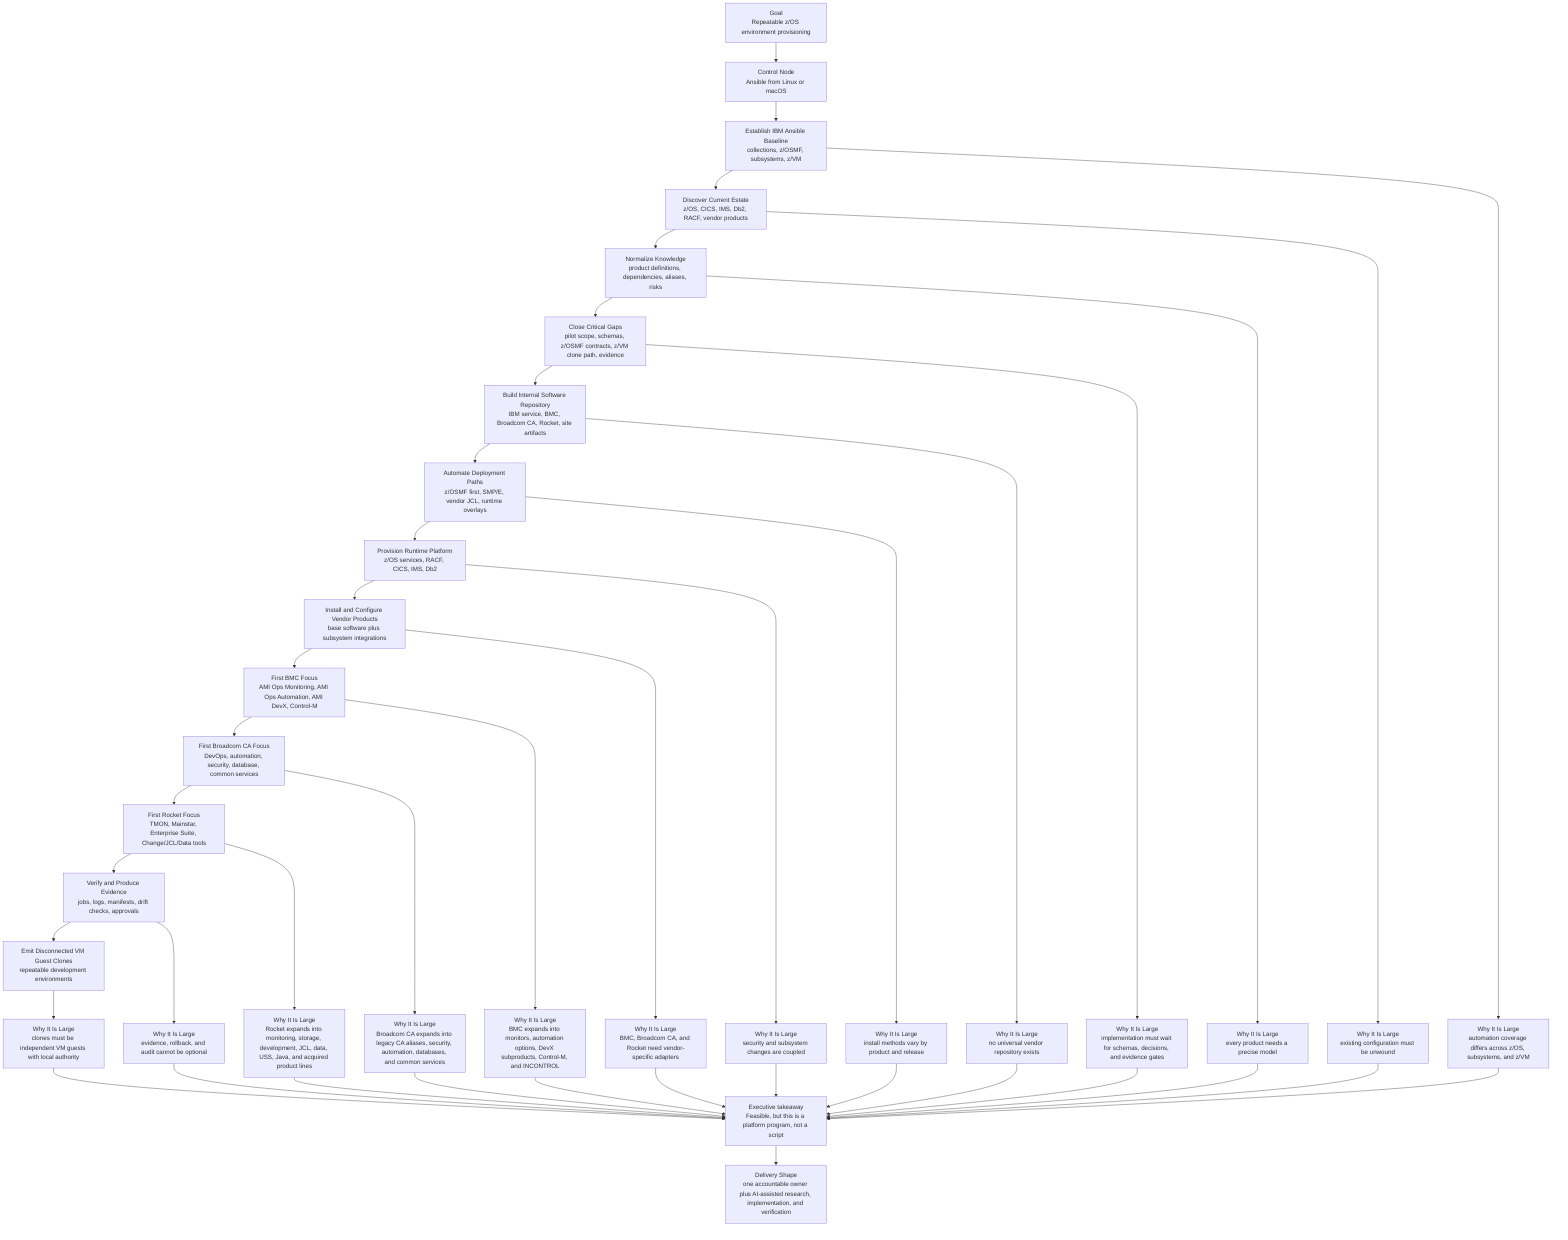
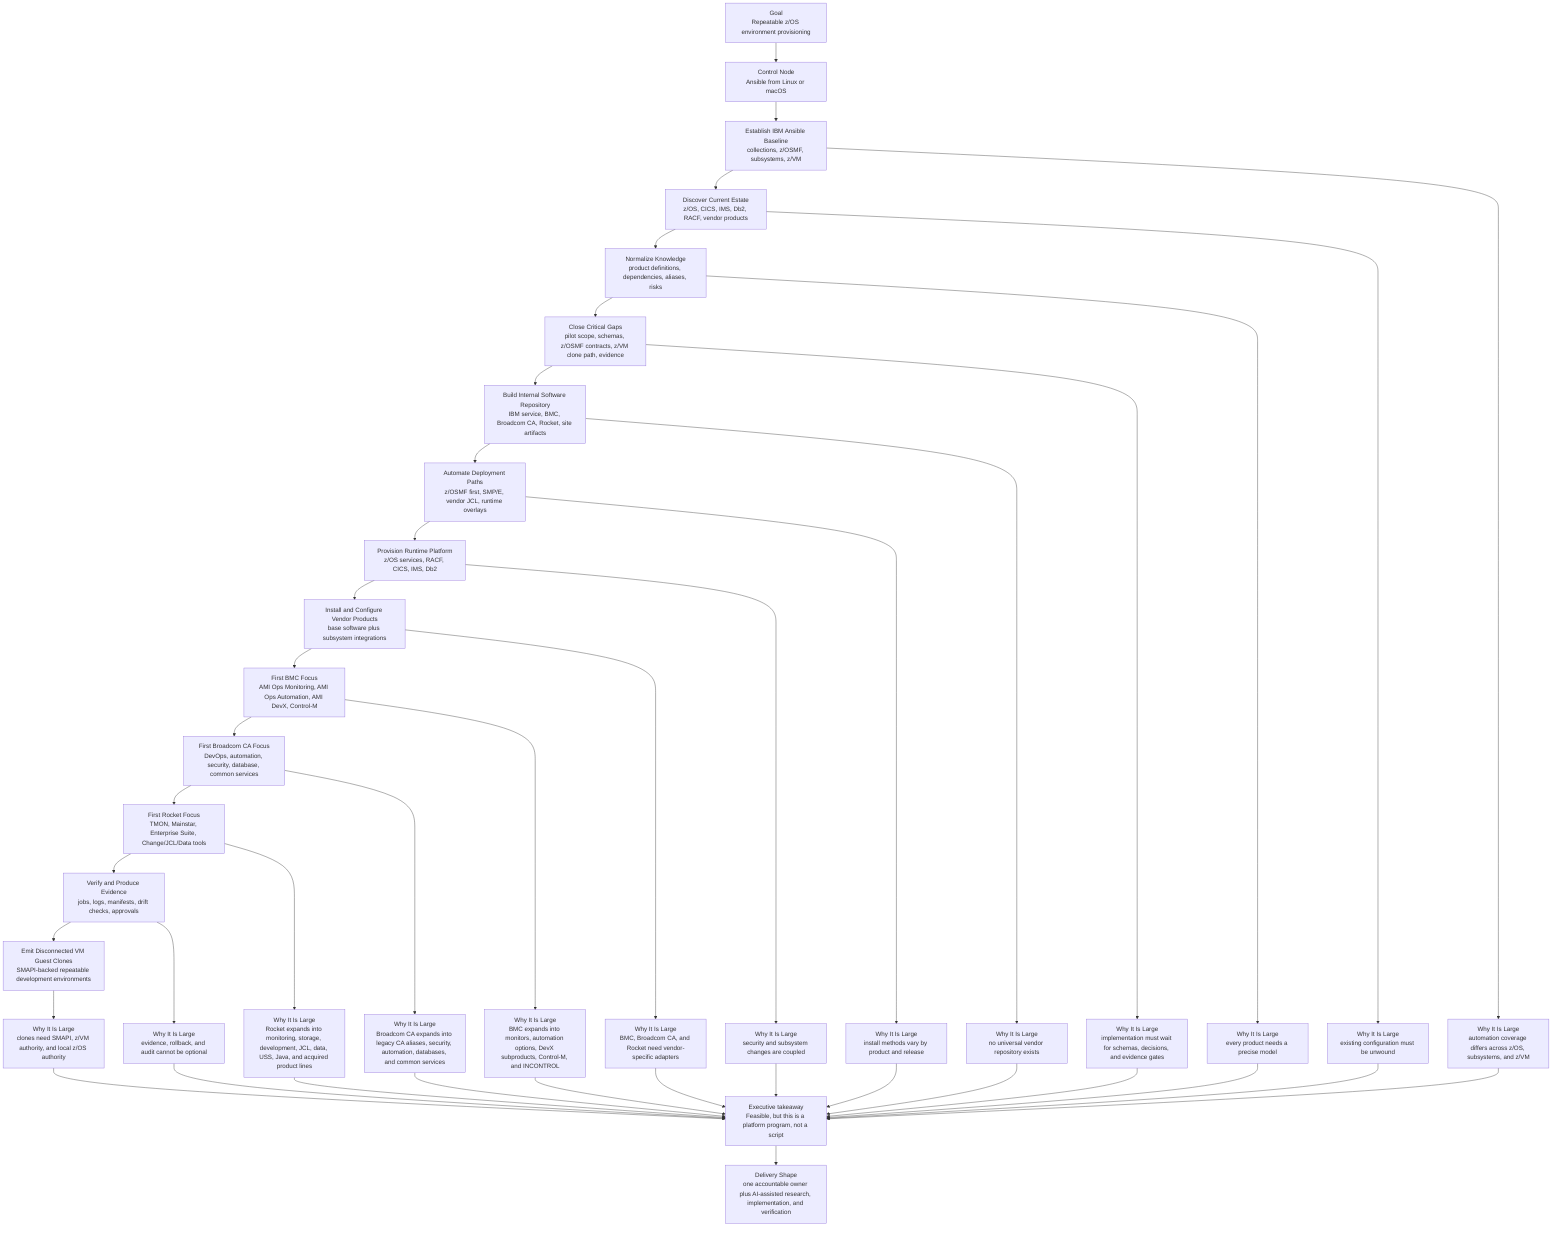
flowchart TD
    A["Goal<br/>Repeatable z/OS environment provisioning"] --> B["Control Node<br/>Ansible from Linux or macOS"]

    B --> AA["Establish IBM Ansible Baseline<br/>collections, z/OSMF, subsystems, z/VM"]
    AA --> C["Discover Current Estate<br/>z/OS, CICS, IMS, Db2, RACF, vendor products"]
    C --> D["Normalize Knowledge<br/>product definitions, dependencies, aliases, risks"]
    D --> GA["Close Critical Gaps<br/>pilot scope, schemas, z/OSMF contracts, z/VM clone path, evidence"]
    GA --> E["Build Internal Software Repository<br/>IBM service, BMC, Broadcom CA, Rocket, site artifacts"]
    E --> F["Automate Deployment Paths<br/>z/OSMF first, SMP/E, vendor JCL, runtime overlays"]
    F --> G["Provision Runtime Platform<br/>z/OS services, RACF, CICS, IMS, Db2"]
    G --> H["Install and Configure Vendor Products<br/>base software plus subsystem integrations"]
    H --> U["First BMC Focus<br/>AMI Ops Monitoring, AMI Ops Automation, AMI DevX, Control-M"]
    U --> W["First Broadcom CA Focus<br/>DevOps, automation, security, database, common services"]
    W --> Y["First Rocket Focus<br/>TMON, Mainstar, Enterprise Suite, Change/JCL/Data tools"]
    Y --> I["Verify and Produce Evidence<br/>jobs, logs, manifests, drift checks, approvals"]
-     I --> J["Emit Disconnected VM Guest Clones<br/>repeatable development environments"]
+     I --> J["Emit Disconnected VM Guest Clones<br/>SMAPI-backed repeatable development environments"]

    C --> K["Why It Is Large<br/>existing configuration must be unwound"]
    AA --> AB["Why It Is Large<br/>automation coverage differs across z/OS, subsystems, and z/VM"]
    D --> L["Why It Is Large<br/>every product needs a precise model"]
    GA --> GB["Why It Is Large<br/>implementation must wait for schemas, decisions, and evidence gates"]
    E --> M["Why It Is Large<br/>no universal vendor repository exists"]
    F --> N["Why It Is Large<br/>install methods vary by product and release"]
    G --> O["Why It Is Large<br/>security and subsystem changes are coupled"]
    H --> P["Why It Is Large<br/>BMC, Broadcom CA, and Rocket need vendor-specific adapters"]
    U --> V["Why It Is Large<br/>BMC expands into monitors, automation options, DevX subproducts, Control-M, and INCONTROL"]
    W --> X["Why It Is Large<br/>Broadcom CA expands into legacy CA aliases, security, automation, databases, and common services"]
    Y --> Z["Why It Is Large<br/>Rocket expands into monitoring, storage, development, JCL, data, USS, Java, and acquired product lines"]
    I --> Q["Why It Is Large<br/>evidence, rollback, and audit cannot be optional"]
-     J --> R["Why It Is Large<br/>clones must be independent VM guests with local authority"]
+     J --> R["Why It Is Large<br/>clones need SMAPI, z/VM authority, and local z/OS authority"]

    K --> S["Executive takeaway<br/>Feasible, but this is a platform program, not a script"]
    AB --> S
    L --> S
    GB --> S
    M --> S
    N --> S
    O --> S
    P --> S
    V --> S
    X --> S
    Z --> S
    Q --> S
    R --> S

    S --> T["Delivery Shape<br/>one accountable owner plus AI-assisted research, implementation, and verification"]
